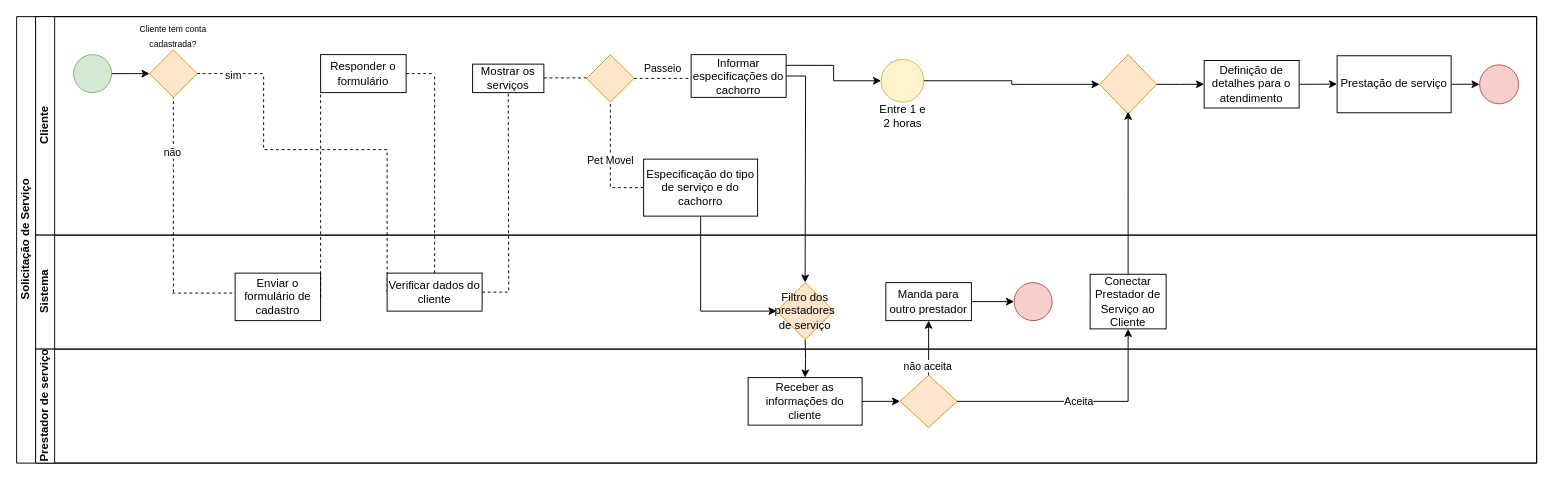
The draw.io diagram Solicitação de Serviço.drawio in wholocked1/projeto_eng_software_041, before the edit. Source tidied: cells renumbered, new cells numbered last; positions are measured from the earlier drawing's top-left corner, leaving out a move shared by most shapes. Both pictures are drawn from the tidied source at 95%, with x=0, y=0 at pixel (16, 16).
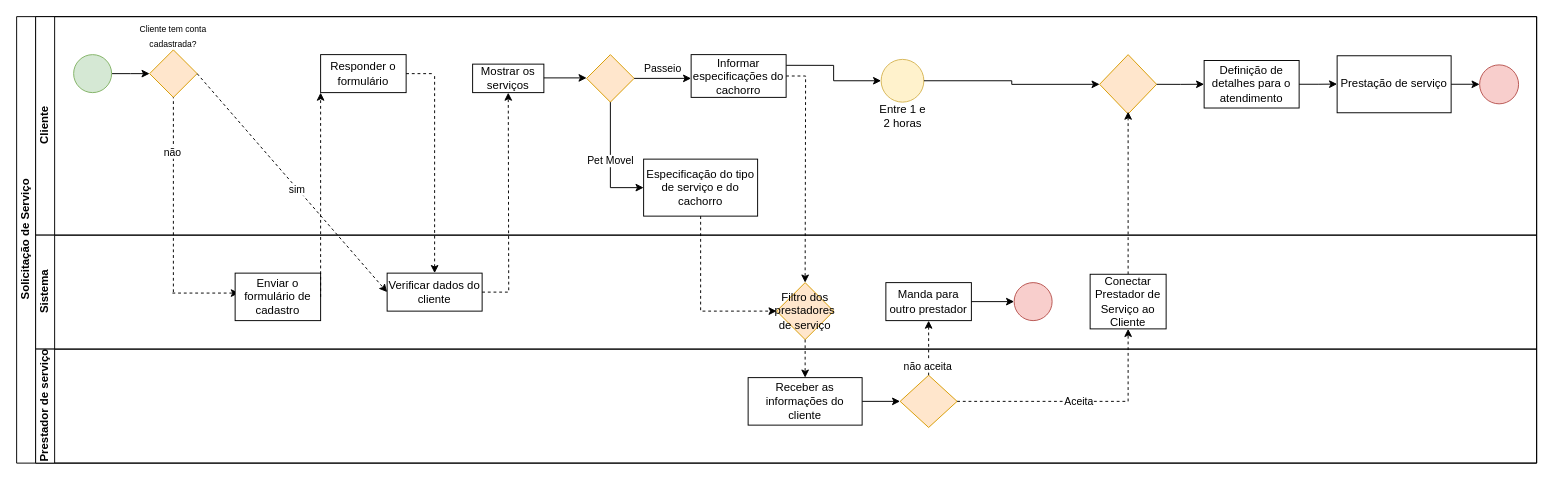
After the change.

The change refers to these unchanged cells:
```xml
<mxCell id="2" value="Solicitação de Serviço" style="swimlane;html=1;horizontal=0;startSize=20;" parent="1" vertex="1">
  <mxGeometry width="1600" height="470" as="geometry" />
</mxCell>
<mxCell id="3" value="Cliente" style="swimlane;html=1;startSize=20;horizontal=0;" parent="2" vertex="1">
  <mxGeometry x="20" width="1580" height="230" as="geometry" />
</mxCell>
<mxCell id="10" value="Responder o formulário" style="rounded=0;whiteSpace=wrap;html=1;" parent="3" vertex="1">
  <mxGeometry x="300" y="40" width="90" height="40" as="geometry" />
</mxCell>
<mxCell id="13" value="Mostrar os serviços" style="rounded=0;whiteSpace=wrap;html=1;" parent="3" vertex="1">
  <mxGeometry x="460" y="50" width="75" height="30" as="geometry" />
</mxCell>
<mxCell id="15" style="rhombus;whiteSpace=wrap;html=1;fillColor=#ffe6cc;strokeColor=#d79b00;" parent="3" vertex="1">
  <mxGeometry x="580" y="40" width="50" height="50" as="geometry" />
</mxCell>
<mxCell id="22" value="Informar especificações do cachorro" style="rounded=0;whiteSpace=wrap;html=1;" parent="3" vertex="1">
  <mxGeometry x="690" y="40" width="100" height="45" as="geometry" />
</mxCell>
<mxCell id="33" value="Especificação do tipo de serviço e do cachorro" style="rounded=0;whiteSpace=wrap;html=1;" parent="3" vertex="1">
  <mxGeometry x="640" y="150" width="120" height="60" as="geometry" />
</mxCell>
<mxCell id="34" value="Sistema" style="swimlane;html=1;startSize=20;horizontal=0;" parent="2" vertex="1">
  <mxGeometry x="20" y="230" width="1580" height="120" as="geometry" />
</mxCell>
<mxCell id="38" value="Enviar o formulário de cadastro" style="rounded=0;whiteSpace=wrap;html=1;" parent="34" vertex="1">
  <mxGeometry x="210" y="40" width="90" height="50" as="geometry" />
</mxCell>
<mxCell id="40" value="Verificar dados do cliente" style="rounded=0;whiteSpace=wrap;html=1;" parent="34" vertex="1">
  <mxGeometry x="370" y="40" width="100" height="40" as="geometry" />
</mxCell>
<mxCell id="42" value="Manda para outro prestador" style="rounded=0;whiteSpace=wrap;html=1;" parent="34" vertex="1">
  <mxGeometry x="895" y="50" width="90" height="40" as="geometry" />
</mxCell>
<mxCell id="46" value="Conectar Prestador de Serviço ao Cliente" style="rounded=0;whiteSpace=wrap;html=1;" parent="34" vertex="1">
  <mxGeometry x="1110" y="41.2" width="80" height="57.5" as="geometry" />
</mxCell>
<mxCell id="47" value="Filtro dos prestadores de serviço" style="rhombus;whiteSpace=wrap;html=1;fillColor=#ffe6cc;strokeColor=#d79b00;" parent="34" vertex="1">
  <mxGeometry x="780" y="50" width="60" height="60" as="geometry" />
</mxCell>
<mxCell id="49" style="rhombus;whiteSpace=wrap;html=1;fillColor=#ffe6cc;strokeColor=#d79b00;" parent="48" vertex="1">
  <mxGeometry x="910" y="27.5" width="60" height="55" as="geometry" />
</mxCell>
<mxCell id="56" value="Receber as informações do cliente" style="rounded=0;whiteSpace=wrap;html=1;" parent="1" vertex="1">
  <mxGeometry x="770" y="380" width="120" height="50" as="geometry" />
</mxCell>
```

Change to the diagram source:
```diff
@@
-    <mxCell id="8" style="endArrow=none;dashed=1;html=1;rounded=0;" parent="3" edge="1">
+    <mxCell id="8" style="endArrow=classic;dashed=1;html=1;rounded=0;entryX=0;entryY=0.5;entryDx=0;entryDy=0;endFill=1;" parent="3" edge="1" target="40">
       <mxGeometry relative="1" as="geometry">
         <mxPoint x="170" y="60" as="sourcePoint" />
-        <mxPoint x="240" y="60" as="targetPoint" />
       </mxGeometry>
     </mxCell>
@@
-    <mxCell id="12" style="endArrow=none;dashed=1;html=1;rounded=0;exitX=0;exitY=0.5;exitDx=0;exitDy=0;" parent="3" edge="1" source="40">
-      <mxGeometry relative="1" as="geometry">
-        <mxPoint x="240" y="60" as="targetPoint" />
-        <Array as="points">
-          <mxPoint x="370" y="140" />
-          <mxPoint x="240" y="140" />
-        </Array>
-      </mxGeometry>
-    </mxCell>
@@
-    <mxCell id="14" style="endArrow=none;dashed=1;html=1;rounded=0;" parent="3" edge="1">
+    <mxCell id="14" style="endArrow=classic;html=1;rounded=0;endFill=1;" parent="3" edge="1">
       <mxGeometry relative="1" as="geometry">
         <mxPoint x="535" y="64.5" as="sourcePoint" />
         <mxPoint x="580" y="64.5" as="targetPoint" />
       </mxGeometry>
     </mxCell>
@@
-    <mxCell id="16" style="endArrow=none;dashed=1;html=1;rounded=0;entryX=0.5;entryY=1;entryDx=0;entryDy=0;" parent="3" edge="1" target="15">
+    <mxCell id="16" style="endArrow=none;html=1;rounded=0;entryX=0.5;entryY=1;entryDx=0;entryDy=0;endFill=0;startArrow=classic;startFill=1;" parent="3" edge="1" target="15">
       <mxGeometry relative="1" as="geometry">
         <mxPoint x="640" y="180" as="sourcePoint" />
         <Array as="points">
           <mxPoint x="605" y="180" />
         </Array>
       </mxGeometry>
     </mxCell>
@@
-    <mxCell id="18" style="endArrow=none;dashed=1;html=1;rounded=0;exitX=1;exitY=0.5;exitDx=0;exitDy=0;" parent="3" edge="1" source="15">
+    <mxCell id="18" style="endArrow=classic;html=1;rounded=0;exitX=1;exitY=0.5;exitDx=0;exitDy=0;endFill=1;" parent="3" edge="1" source="15">
       <mxGeometry relative="1" as="geometry">
         <mxPoint x="690" y="65" as="targetPoint" />
       </mxGeometry>
     </mxCell>
@@
-    <mxCell id="20" style="edgeStyle=orthogonalEdgeStyle;rounded=0;jettySize=auto;html=1;exitX=1;exitY=0.5;exitDx=0;exitDy=0;" parent="3" edge="1" source="22">
+    <mxCell id="20" style="edgeStyle=orthogonalEdgeStyle;rounded=0;jettySize=auto;html=1;exitX=1;exitY=0.5;exitDx=0;exitDy=0;dashed=1;" parent="3" edge="1" source="22">
       <mxGeometry relative="1" as="geometry">
         <mxPoint x="810" y="280" as="targetPoint" />
       </mxGeometry>
     </mxCell>
@@
-    <mxCell id="37" style="endArrow=none;dashed=1;html=1;rounded=0;" parent="34" edge="1">
+    <mxCell id="37" style="endArrow=classic;dashed=1;html=1;rounded=0;endFill=1;" parent="34" edge="1">
       <mxGeometry relative="1" as="geometry">
         <mxPoint x="144" y="61" as="sourcePoint" />
         <mxPoint x="214" y="61" as="targetPoint" />
       </mxGeometry>
     </mxCell>
@@
-    <mxCell id="39" style="endArrow=none;dashed=1;html=1;rounded=0;" parent="34" edge="1">
+    <mxCell id="39" style="endArrow=none;dashed=1;html=1;rounded=0;endFill=0;startArrow=classic;startFill=1;" parent="34" edge="1">
       <mxGeometry relative="1" as="geometry">
         <mxPoint x="420" y="40" as="sourcePoint" />
         <mxPoint x="420" y="-170" as="targetPoint" />
       </mxGeometry>
     </mxCell>
@@
-    <mxCell id="41" style="endArrow=none;dashed=1;html=1;rounded=0;entryX=0.5;entryY=1;entryDx=0;entryDy=0;" parent="34" edge="1" target="13">
+    <mxCell id="41" style="endArrow=classic;dashed=1;html=1;rounded=0;entryX=0.5;entryY=1;entryDx=0;entryDy=0;endFill=1;" parent="34" edge="1" target="13">
       <mxGeometry relative="1" as="geometry">
         <mxPoint x="470" y="60" as="sourcePoint" />
         <Array as="points">
           <mxPoint x="498" y="60" />
         </Array>
       </mxGeometry>
     </mxCell>
@@
-    <mxCell id="45" style="edgeStyle=orthogonalEdgeStyle;rounded=0;jettySize=auto;html=1;exitX=0.5;exitY=0;exitDx=0;exitDy=0;" parent="34" edge="1" source="46">
+    <mxCell id="45" style="edgeStyle=orthogonalEdgeStyle;rounded=0;jettySize=auto;html=1;exitX=0.5;exitY=0;exitDx=0;exitDy=0;dashed=1;" parent="34" edge="1" source="46">
       <mxGeometry relative="1" as="geometry">
         <mxPoint x="1150" y="-130" as="targetPoint" />
       </mxGeometry>
     </mxCell>
@@
-    <mxCell id="50" style="endArrow=none;dashed=1;html=1;rounded=0;exitX=1;exitY=0.5;exitDx=0;exitDy=0;entryX=0;entryY=1;entryDx=0;entryDy=0;" parent="2" edge="1" source="38" target="10">
+    <mxCell id="50" style="endArrow=classic;dashed=1;html=1;rounded=0;exitX=1;exitY=0.5;exitDx=0;exitDy=0;entryX=0;entryY=1;entryDx=0;entryDy=0;endFill=1;" parent="2" edge="1" source="38" target="10">
       <mxGeometry relative="1" as="geometry" />
     </mxCell>
-    <mxCell id="51" style="edgeStyle=orthogonalEdgeStyle;rounded=0;jettySize=auto;html=1;exitX=0.5;exitY=0;exitDx=0;exitDy=0;" parent="2" edge="1" source="49" target="42">
+    <mxCell id="51" style="edgeStyle=orthogonalEdgeStyle;rounded=0;jettySize=auto;html=1;exitX=0.5;exitY=0;exitDx=0;exitDy=0;dashed=1;" parent="2" edge="1" source="49" target="42">
       <mxGeometry relative="1" as="geometry" />
     </mxCell>
@@
-    <mxCell id="53" value="Aceita" style="edgeStyle=orthogonalEdgeStyle;rounded=0;jettySize=auto;html=1;exitX=1;exitY=0.5;exitDx=0;exitDy=0;entryX=0.5;entryY=1;entryDx=0;entryDy=0;" parent="2" edge="1" source="49" target="46">
+    <mxCell id="53" value="Aceita" style="edgeStyle=orthogonalEdgeStyle;rounded=0;jettySize=auto;html=1;exitX=1;exitY=0.5;exitDx=0;exitDy=0;entryX=0.5;entryY=1;entryDx=0;entryDy=0;dashed=1;" parent="2" edge="1" source="49" target="46">
       <mxGeometry relative="1" as="geometry" />
     </mxCell>
-    <mxCell id="54" style="edgeStyle=orthogonalEdgeStyle;rounded=0;jettySize=auto;html=1;exitX=0.5;exitY=1;exitDx=0;exitDy=0;entryX=0;entryY=0.5;entryDx=0;entryDy=0;" parent="2" edge="1" source="33" target="47">
+    <mxCell id="54" style="edgeStyle=orthogonalEdgeStyle;rounded=0;jettySize=auto;html=1;exitX=0.5;exitY=1;exitDx=0;exitDy=0;entryX=0;entryY=0.5;entryDx=0;entryDy=0;dashed=1;" parent="2" edge="1" source="33" target="47">
       <mxGeometry relative="1" as="geometry" />
     </mxCell>
@@
-    <mxCell id="57" style="edgeStyle=orthogonalEdgeStyle;rounded=0;jettySize=auto;html=1;" parent="1" edge="1" target="56">
-      <mxGeometry relative="1" as="geometry">
-        <mxPoint x="830" y="340" as="sourcePoint" />
-      </mxGeometry>
-    </mxCell>
+    <mxCell id="58" style="edgeStyle=orthogonalEdgeStyle;rounded=0;jettySize=auto;html=1;exitX=0.5;exitY=1;exitDx=0;exitDy=0;entryX=0.5;entryY=0;entryDx=0;entryDy=0;dashed=1;" parent="1" edge="1" source="47" target="56">
+      <mxGeometry relative="1" as="geometry" />
+    </mxCell>
```
